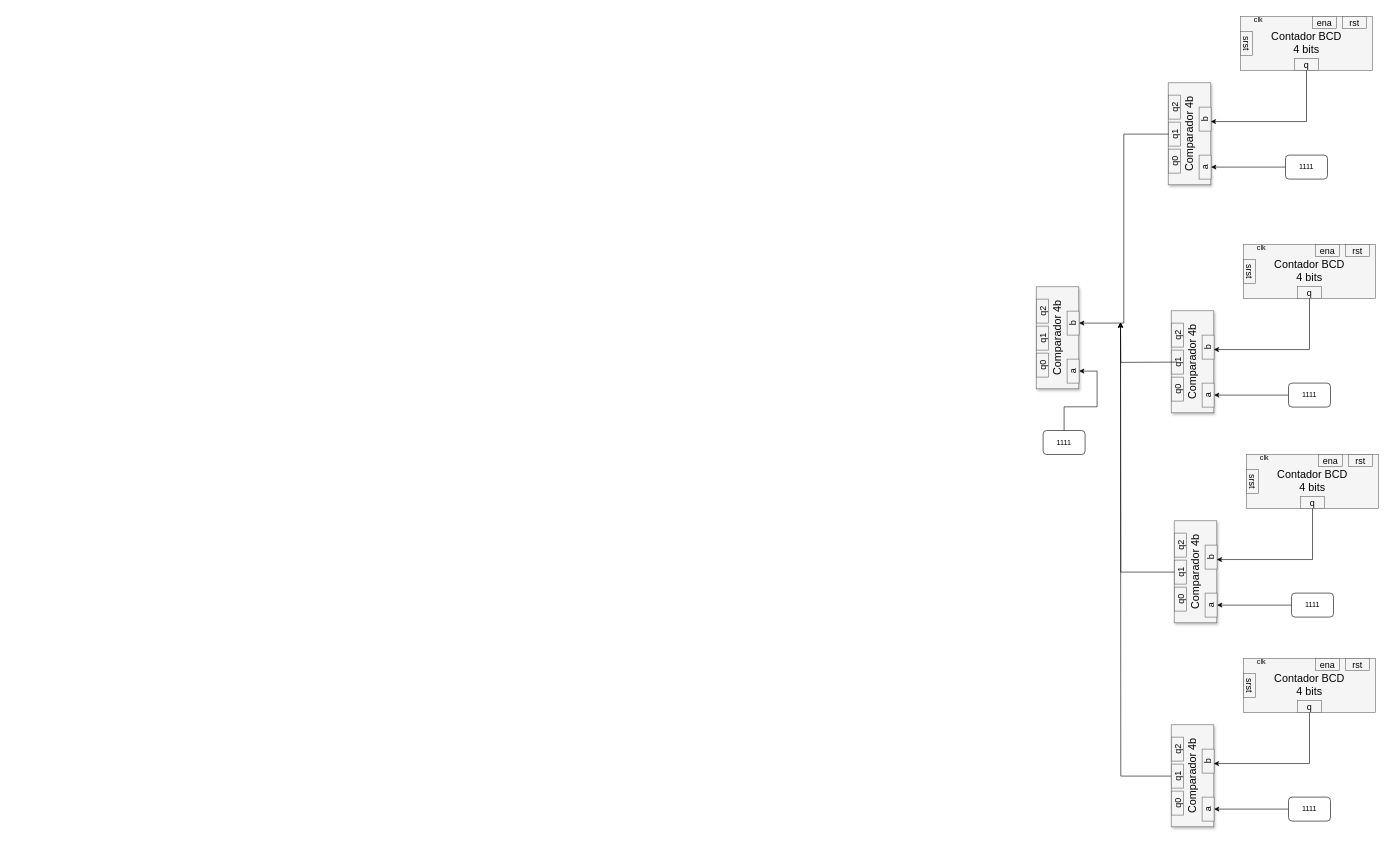
Before: template.drawio in jmoro1/voltmeter, a draw.io diagram. Source tidied: cells renumbered, new cells numbered last; positions are measured from the earlier drawing's top-left corner, leaving out a move shared by most shapes. Both pictures are drawn from the tidied source at 60%, with x=0, y=0 at pixel (1006, 10).
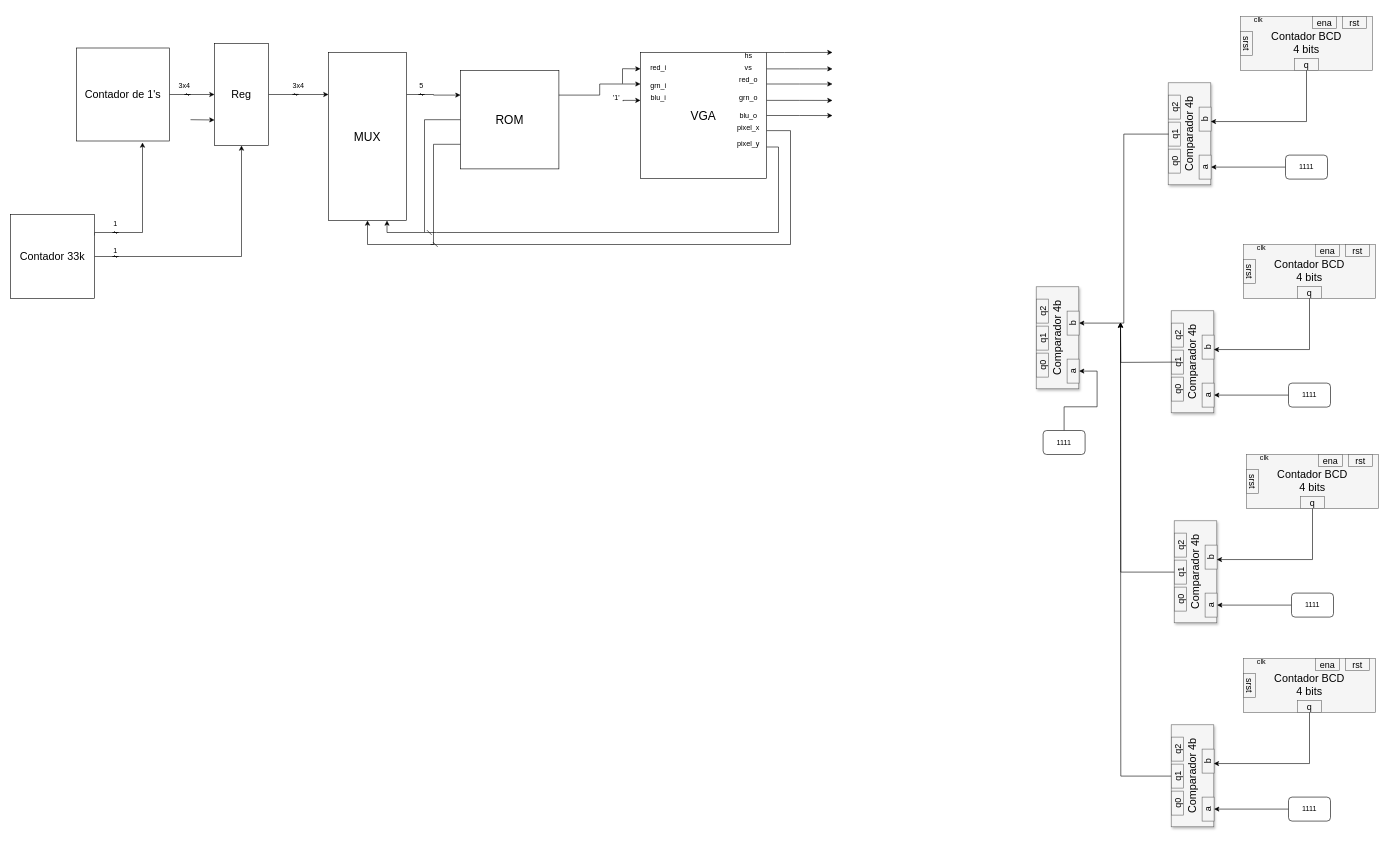
The same page after the edit.

What changed in the source:
```diff
@@
+    <mxCell id="79" style="edgeStyle=orthogonalEdgeStyle;rounded=0;jettySize=auto;html=1;exitX=1;exitY=0.5;exitDx=0;exitDy=0;entryX=0.5;entryY=1;entryDx=0;entryDy=0;" parent="1" edge="1" source="80" target="85">
+      <mxGeometry relative="1" as="geometry" />
+    </mxCell>
+    <mxCell id="80" value="&lt;font style=&quot;font-size: 18px;&quot;&gt;Contador de 1's&lt;br&gt;&lt;/font&gt;" style="whiteSpace=wrap;html=1;" parent="1" vertex="1">
+      <mxGeometry x="-1550" y="62.5" width="155" height="155" as="geometry" />
+    </mxCell>
+    <mxCell id="81" style="edgeStyle=orthogonalEdgeStyle;rounded=0;jettySize=auto;html=1;exitX=1;exitY=0.25;exitDx=0;exitDy=0;" parent="1" edge="1" source="83">
+      <mxGeometry relative="1" as="geometry">
+        <mxPoint x="-1440" y="220" as="targetPoint" />
+        <Array as="points">
+          <mxPoint x="-1520" y="370" />
+          <mxPoint x="-1440" y="370" />
+        </Array>
+      </mxGeometry>
+    </mxCell>
+    <mxCell id="82" style="edgeStyle=orthogonalEdgeStyle;rounded=0;jettySize=auto;html=1;exitX=1;exitY=0.5;exitDx=0;exitDy=0;entryX=1;entryY=0.5;entryDx=0;entryDy=0;" parent="1" edge="1" source="83" target="85">
+      <mxGeometry relative="1" as="geometry" />
+    </mxCell>
+    <mxCell id="83" value="Contador 33k" style="whiteSpace=wrap;html=1;fontSize=18;" parent="1" vertex="1">
+      <mxGeometry x="-1660" y="340" width="140" height="140" as="geometry" />
+    </mxCell>
+    <mxCell id="84" style="edgeStyle=orthogonalEdgeStyle;rounded=0;jettySize=auto;html=1;exitX=0.5;exitY=0;exitDx=0;exitDy=0;entryX=0.25;entryY=1;entryDx=0;entryDy=0;" parent="1" edge="1" source="85" target="87">
+      <mxGeometry relative="1" as="geometry" />
+    </mxCell>
+    <mxCell id="85" value="Reg" style="rounded=0;whiteSpace=wrap;html=1;direction=south;fontSize=18;points=[[0,0,0,0,0],[0,0.25,0,0,0],[0,0.62,0,0,0],[0,0.75,0,0,0],[0,0.88,0,0,0],[0,1,0,0,0],[0.25,0,0,0,0],[0.25,1,0,0,0],[0.5,0,0,0,0],[0.5,1,0,0,0],[0.75,0,0,0,0],[0.75,1,0,0,0],[1,0,0,0,0],[1,0.25,0,0,0],[1,0.5,0,0,0],[1,0.75,0,0,0],[1,1,0,0,0]];" parent="1" vertex="1">
+      <mxGeometry x="-1320" y="55" width="90" height="170" as="geometry" />
+    </mxCell>
+    <mxCell id="86" style="edgeStyle=orthogonalEdgeStyle;rounded=0;jettySize=auto;html=1;exitX=0.25;exitY=0;exitDx=0;exitDy=0;entryX=0;entryY=0.25;entryDx=0;entryDy=0;" parent="1" edge="1" source="87" target="90">
+      <mxGeometry relative="1" as="geometry" />
+    </mxCell>
+    <mxCell id="87" value="MUX" style="rounded=0;whiteSpace=wrap;html=1;direction=south;fontSize=20;" parent="1" vertex="1">
+      <mxGeometry x="-1130" y="70" width="130" height="280" as="geometry" />
+    </mxCell>
+    <mxCell id="88" style="edgeStyle=orthogonalEdgeStyle;rounded=0;jettySize=auto;html=1;exitX=0;exitY=0.5;exitDx=0;exitDy=0;entryX=1;entryY=0.25;entryDx=0;entryDy=0;" parent="1" edge="1" source="90" target="87">
+      <mxGeometry relative="1" as="geometry">
+        <Array as="points">
+          <mxPoint x="-970" y="182" />
+          <mxPoint x="-970" y="370" />
+          <mxPoint x="-1032" y="370" />
+        </Array>
+      </mxGeometry>
+    </mxCell>
+    <mxCell id="89" style="edgeStyle=orthogonalEdgeStyle;rounded=0;jettySize=auto;html=1;exitX=0;exitY=0.75;exitDx=0;exitDy=0;entryX=1;entryY=0.5;entryDx=0;entryDy=0;" parent="1" edge="1" source="90" target="87">
+      <mxGeometry relative="1" as="geometry">
+        <Array as="points">
+          <mxPoint x="-955" y="223" />
+          <mxPoint x="-955" y="390" />
+          <mxPoint x="-1065" y="390" />
+        </Array>
+      </mxGeometry>
+    </mxCell>
+    <mxCell id="90" value="ROM" style="whiteSpace=wrap;html=1;fontSize=20;" parent="1" vertex="1">
+      <mxGeometry x="-910" y="100" width="164" height="164" as="geometry" />
+    </mxCell>
+    <mxCell id="91" style="edgeStyle=orthogonalEdgeStyle;rounded=0;jettySize=auto;html=1;exitX=1;exitY=0.75;exitDx=0;exitDy=0;strokeColor=default;endArrow=dash;endFill=0;" parent="1" edge="1" source="98">
+      <mxGeometry relative="1" as="geometry">
+        <mxPoint x="-970" y="370" as="targetPoint" />
+        <Array as="points">
+          <mxPoint x="-380" y="228" />
+          <mxPoint x="-380" y="370" />
+          <mxPoint x="-950" y="370" />
+        </Array>
+      </mxGeometry>
+    </mxCell>
+    <mxCell id="92" style="edgeStyle=orthogonalEdgeStyle;rounded=0;jettySize=auto;html=1;exitX=1;exitY=0.62;exitDx=0;exitDy=0;exitPerimeter=0;endArrow=dash;endFill=0;" parent="1" edge="1" source="98">
+      <mxGeometry relative="1" as="geometry">
+        <mxPoint x="-960" y="390" as="targetPoint" />
+        <Array as="points">
+          <mxPoint x="-360" y="200" />
+          <mxPoint x="-360" y="390" />
+        </Array>
+      </mxGeometry>
+    </mxCell>
+    <mxCell id="93" style="edgeStyle=orthogonalEdgeStyle;rounded=0;jettySize=auto;html=1;exitX=1;exitY=0;exitDx=0;exitDy=0;exitPerimeter=0;" parent="1" edge="1" source="98">
+      <mxGeometry relative="1" as="geometry">
+        <mxPoint x="-290" y="69.9" as="targetPoint" />
+        <Array as="points">
+          <mxPoint x="-370" y="70" />
+          <mxPoint x="-370" y="70" />
+        </Array>
+      </mxGeometry>
+    </mxCell>
+    <mxCell id="94" style="edgeStyle=orthogonalEdgeStyle;rounded=0;jettySize=auto;html=1;exitX=1;exitY=0.13;exitDx=0;exitDy=0;exitPerimeter=0;" parent="1" edge="1" source="98">
+      <mxGeometry relative="1" as="geometry">
+        <mxPoint x="-290" y="97.3" as="targetPoint" />
+      </mxGeometry>
+    </mxCell>
+    <mxCell id="95" style="edgeStyle=orthogonalEdgeStyle;rounded=0;jettySize=auto;html=1;exitX=1;exitY=0.25;exitDx=0;exitDy=0;exitPerimeter=0;" parent="1" edge="1" source="98">
+      <mxGeometry relative="1" as="geometry">
+        <mxPoint x="-290" y="122.5" as="targetPoint" />
+      </mxGeometry>
+    </mxCell>
+    <mxCell id="96" style="edgeStyle=orthogonalEdgeStyle;rounded=0;jettySize=auto;html=1;exitX=1;exitY=0.38;exitDx=0;exitDy=0;exitPerimeter=0;" parent="1" edge="1" source="98">
+      <mxGeometry relative="1" as="geometry">
+        <mxPoint x="-290" y="149.9" as="targetPoint" />
+      </mxGeometry>
+    </mxCell>
+    <mxCell id="97" style="edgeStyle=orthogonalEdgeStyle;rounded=0;jettySize=auto;html=1;exitX=1;exitY=0.5;exitDx=0;exitDy=0;exitPerimeter=0;" parent="1" edge="1" source="98">
+      <mxGeometry relative="1" as="geometry">
+        <mxPoint x="-290" y="175.1" as="targetPoint" />
+      </mxGeometry>
+    </mxCell>
+    <mxCell id="98" value="VGA" style="whiteSpace=wrap;html=1;fontSize=20;points=[[0,0,0,0,0],[0,0.13,0,0,0],[0,0.25,0,0,0],[0,0.38,0,0,0],[0,0.5,0,0,0],[0,0.75,0,0,0],[0,1,0,0,0],[0.25,0,0,0,0],[0.25,1,0,0,0],[0.5,0,0,0,0],[0.5,1,0,0,0],[0.75,0,0,0,0],[0.75,1,0,0,0],[1,0,0,0,0],[1,0.13,0,0,0],[1,0.25,0,0,0],[1,0.38,0,0,0],[1,0.5,0,0,0],[1,0.62,0,0,0],[1,0.75,0,0,0],[1,1,0,0,0]];" parent="1" vertex="1">
+      <mxGeometry x="-610" y="70" width="210" height="210" as="geometry" />
+    </mxCell>
+    <mxCell id="99" style="edgeStyle=orthogonalEdgeStyle;rounded=0;jettySize=auto;html=1;exitX=1;exitY=0.25;exitDx=0;exitDy=0;entryX=0;entryY=0.25;entryDx=0;entryDy=0;entryPerimeter=0;" parent="1" edge="1" source="90" target="98">
+      <mxGeometry relative="1" as="geometry" />
+    </mxCell>
+    <mxCell id="100" style="edgeStyle=orthogonalEdgeStyle;rounded=0;jettySize=auto;html=1;entryX=0;entryY=0.38;entryDx=0;entryDy=0;entryPerimeter=0;" parent="1" edge="1" target="98">
+      <mxGeometry relative="1" as="geometry">
+        <mxPoint x="-639" y="150" as="sourcePoint" />
+        <Array as="points">
+          <mxPoint x="-639" y="151" />
+          <mxPoint x="-639" y="150" />
+        </Array>
+      </mxGeometry>
+    </mxCell>
+    <mxCell id="101" style="endArrow=classic;html=1;rounded=0;entryX=0;entryY=0.13;entryDx=0;entryDy=0;entryPerimeter=0;" parent="1" edge="1" target="98">
+      <mxGeometry relative="1" as="geometry">
+        <mxPoint x="-640" y="122" as="sourcePoint" />
+        <Array as="points">
+          <mxPoint x="-640" y="97" />
+        </Array>
+      </mxGeometry>
+    </mxCell>
+    <mxCell id="102" value="hs" style="text;html=1;strokeColor=none;fillColor=none;align=center;verticalAlign=middle;whiteSpace=wrap;rounded=0;" parent="1" vertex="1">
+      <mxGeometry x="-460" y="70" width="60" height="10" as="geometry" />
+    </mxCell>
+    <mxCell id="103" value="vs" style="text;html=1;strokeColor=none;fillColor=none;align=center;verticalAlign=middle;whiteSpace=wrap;rounded=0;" parent="1" vertex="1">
+      <mxGeometry x="-460" y="90" width="60" height="10" as="geometry" />
+    </mxCell>
+    <mxCell id="104" value="red_o" style="text;html=1;strokeColor=none;fillColor=none;align=center;verticalAlign=middle;whiteSpace=wrap;rounded=0;" parent="1" vertex="1">
+      <mxGeometry x="-460" y="110" width="60" height="10" as="geometry" />
+    </mxCell>
+    <mxCell id="105" value="grn_o" style="text;html=1;strokeColor=none;fillColor=none;align=center;verticalAlign=middle;whiteSpace=wrap;rounded=0;" parent="1" vertex="1">
+      <mxGeometry x="-460" y="140" width="60" height="10" as="geometry" />
+    </mxCell>
+    <mxCell id="106" value="blu_o" style="text;html=1;strokeColor=none;fillColor=none;align=center;verticalAlign=middle;whiteSpace=wrap;rounded=0;" parent="1" vertex="1">
+      <mxGeometry x="-460" y="170" width="60" height="10" as="geometry" />
+    </mxCell>
+    <mxCell id="107" value="pixel_x" style="text;html=1;strokeColor=none;fillColor=none;align=center;verticalAlign=middle;whiteSpace=wrap;rounded=0;" parent="1" vertex="1">
+      <mxGeometry x="-460" y="190" width="60" height="10" as="geometry" />
+    </mxCell>
+    <mxCell id="108" value="pixel_y" style="text;html=1;strokeColor=none;fillColor=none;align=center;verticalAlign=middle;whiteSpace=wrap;rounded=0;" parent="1" vertex="1">
+      <mxGeometry x="-460" y="217.5" width="60" height="10" as="geometry" />
+    </mxCell>
+    <mxCell id="109" value="red_i" style="text;html=1;strokeColor=none;fillColor=none;align=center;verticalAlign=middle;whiteSpace=wrap;rounded=0;" parent="1" vertex="1">
+      <mxGeometry x="-610" y="90" width="60" height="10" as="geometry" />
+    </mxCell>
+    <mxCell id="110" value="grn_i" style="text;html=1;strokeColor=none;fillColor=none;align=center;verticalAlign=middle;whiteSpace=wrap;rounded=0;" parent="1" vertex="1">
+      <mxGeometry x="-610" y="120" width="60" height="10" as="geometry" />
+    </mxCell>
+    <mxCell id="111" value="blu_i" style="text;html=1;strokeColor=none;fillColor=none;align=center;verticalAlign=middle;whiteSpace=wrap;rounded=0;" parent="1" vertex="1">
+      <mxGeometry x="-610" y="140" width="60" height="10" as="geometry" />
+    </mxCell>
+    <mxCell id="112" value="'1'" style="text;html=1;strokeColor=none;fillColor=none;align=center;verticalAlign=middle;whiteSpace=wrap;rounded=0;" parent="1" vertex="1">
+      <mxGeometry x="-660" y="140" width="20" height="10" as="geometry" />
+    </mxCell>
+    <mxCell id="113" style="endArrow=none;html=1;rounded=0;endFill=0;endSize=0;startSize=3;jumpSize=5;strokeWidth=1;shadow=0;startArrow=dash;startFill=0;fillColor=none;" parent="1" edge="1">
+      <mxGeometry relative="1" as="geometry">
+        <mxPoint x="-1370" y="140" as="sourcePoint" />
+        <mxPoint x="-1370" y="140" as="targetPoint" />
+        <Array as="points">
+          <mxPoint x="-1360" y="140" />
+        </Array>
+      </mxGeometry>
+    </mxCell>
+    <mxCell id="114" style="endArrow=none;html=1;rounded=0;endFill=0;endSize=0;startSize=3;jumpSize=5;strokeWidth=1;shadow=0;startArrow=dash;startFill=0;fillColor=none;" parent="1" edge="1">
+      <mxGeometry relative="1" as="geometry">
+        <mxPoint x="-1490" y="410" as="sourcePoint" />
+        <mxPoint x="-1490" y="410" as="targetPoint" />
+        <Array as="points">
+          <mxPoint x="-1480" y="410" />
+        </Array>
+      </mxGeometry>
+    </mxCell>
+    <mxCell id="115" style="endArrow=none;html=1;rounded=0;endFill=0;endSize=0;startSize=3;jumpSize=5;strokeWidth=1;shadow=0;startArrow=dash;startFill=0;fillColor=none;" parent="1" edge="1">
+      <mxGeometry relative="1" as="geometry">
+        <mxPoint x="-1490" y="370" as="sourcePoint" />
+        <mxPoint x="-1490" y="370" as="targetPoint" />
+        <Array as="points">
+          <mxPoint x="-1480" y="370" />
+        </Array>
+      </mxGeometry>
+    </mxCell>
+    <mxCell id="116" style="endArrow=none;html=1;rounded=0;endFill=0;endSize=0;startSize=3;jumpSize=5;strokeWidth=1;shadow=0;startArrow=dash;startFill=0;fillColor=none;" parent="1" edge="1">
+      <mxGeometry relative="1" as="geometry">
+        <mxPoint x="-1190" y="139.9" as="sourcePoint" />
+        <mxPoint x="-1190" y="139.9" as="targetPoint" />
+        <Array as="points">
+          <mxPoint x="-1180" y="139.9" />
+        </Array>
+      </mxGeometry>
+    </mxCell>
+    <mxCell id="117" style="endArrow=none;html=1;rounded=0;endFill=0;endSize=0;startSize=3;jumpSize=5;strokeWidth=1;shadow=0;startArrow=dash;startFill=0;fillColor=none;" parent="1" edge="1">
+      <mxGeometry relative="1" as="geometry">
+        <mxPoint x="-980" y="140" as="sourcePoint" />
+        <mxPoint x="-980" y="140" as="targetPoint" />
+        <Array as="points">
+          <mxPoint x="-970" y="140" />
+        </Array>
+      </mxGeometry>
+    </mxCell>
+    <mxCell id="118" value="3x4" style="text;html=1;strokeColor=none;fillColor=none;align=center;verticalAlign=middle;whiteSpace=wrap;rounded=0;" parent="1" vertex="1">
+      <mxGeometry x="-1380" y="115" width="20" height="20" as="geometry" />
+    </mxCell>
+    <mxCell id="119" value="3x4" style="text;html=1;strokeColor=none;fillColor=none;align=center;verticalAlign=middle;whiteSpace=wrap;rounded=0;" parent="1" vertex="1">
+      <mxGeometry x="-1190" y="115" width="20" height="20" as="geometry" />
+    </mxCell>
+    <mxCell id="120" value="1" style="text;html=1;strokeColor=none;fillColor=none;align=center;verticalAlign=middle;whiteSpace=wrap;rounded=0;" parent="1" vertex="1">
+      <mxGeometry x="-1490" y="350" width="10" height="10" as="geometry" />
+    </mxCell>
+    <mxCell id="121" value="1" style="text;html=1;strokeColor=none;fillColor=none;align=center;verticalAlign=middle;whiteSpace=wrap;rounded=0;" parent="1" vertex="1">
+      <mxGeometry x="-1490" y="395" width="10" height="10" as="geometry" />
+    </mxCell>
+    <mxCell id="122" value="5" style="text;html=1;strokeColor=none;fillColor=none;align=center;verticalAlign=middle;whiteSpace=wrap;rounded=0;" parent="1" vertex="1">
+      <mxGeometry x="-980" y="120" width="10" height="10" as="geometry" />
+    </mxCell>
+    <mxCell id="123" style="endArrow=classic;html=1;rounded=0;entryX=0.75;entryY=1;entryDx=0;entryDy=0;entryPerimeter=0;" parent="1" edge="1" target="85">
+      <mxGeometry relative="1" as="geometry">
+        <mxPoint x="-1360" y="182" as="sourcePoint" />
+      </mxGeometry>
+    </mxCell>
```
